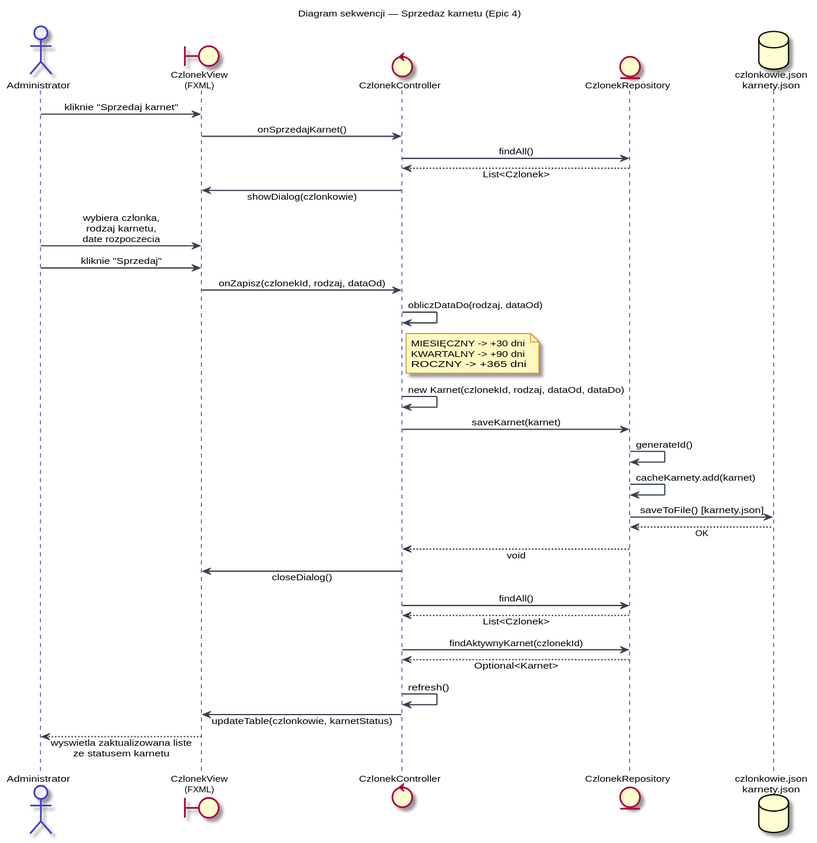
Before: docs/SD_SprzedajKarnet.svg, a diagram exported from PlantUML (SliceOf314159/salFit). The source it was exported from:
```plantuml
@startuml SD_SprzedajKarnet
title Diagram sekwencji — Sprzedaz karnetu (Epic 4)

skinparam defaultFontName Arial
skinparam defaultFontSize 11
skinparam sequenceMessageAlign center
skinparam responseMessageBelowArrow true

skinparam participant {
  BackgroundColor #EEF2FF
  BorderColor #4338CA
  FontColor #1a1f3c
}
skinparam actor {
  BackgroundColor #EEF2FF
  BorderColor #4338CA
}
skinparam sequence {
  ArrowColor #374151
  ArrowThickness 1.5
  LifeLineBorderColor #4338CA
  LifeLineBackgroundColor #E0E7FF
  DividerBackgroundColor #F0FDF4
  DividerBorderColor #16A34A
}
skinparam note {
  BackgroundColor #FEF9C3
  BorderColor #CA8A04
}

actor Administrator
boundary "CzlonekView\n(FXML)" as View
control "CzlonekController" as Controller
entity "CzlonekRepository" as Repo
database "czlonkowie.json\nkarnety.json" as File

Administrator -> View       : kliknie "Sprzedaj karnet"
View          -> Controller : onSprzedajKarnet()
Controller    -> Repo       : findAll()
Repo          --> Controller : List<Czlonek>
Controller    -> View       : showDialog(czlonkowie)

Administrator -> View       : wybiera czlonka,\nrodzaj karnetu,\ndate rozpoczecia
Administrator -> View       : kliknie "Sprzedaj"
View          -> Controller : onZapisz(czlonekId, rodzaj, dataOd)

Controller    -> Controller : obliczDataDo(rodzaj, dataOd)

note right of Controller
  MIESIĘCZNY  -> +30 dni
  KWARTALNY   -> +90 dni
  ROCZNY      -> +365 dni
end note

Controller    -> Controller : new Karnet(czlonekId, rodzaj, dataOd, dataDo)
Controller    -> Repo       : saveKarnet(karnet)
Repo          -> Repo       : generateId()
Repo          -> Repo       : cacheKarnety.add(karnet)
Repo          -> File       : saveToFile() [karnety.json]
File          --> Repo      : OK
Repo          --> Controller : void
Controller    -> View       : closeDialog()
Controller    -> Repo       : findAll()
Repo          --> Controller : List<Czlonek>
Controller    -> Repo       : findAktywnyKarnet(czlonekId)
Repo          --> Controller : Optional<Karnet>
Controller    -> Controller  : refresh()
Controller    -> View        : updateTable(czlonkowie, karnetStatus)
View          --> Administrator : wyswietla zaktualizowana liste\nze statusem karnetu

@enduml
```
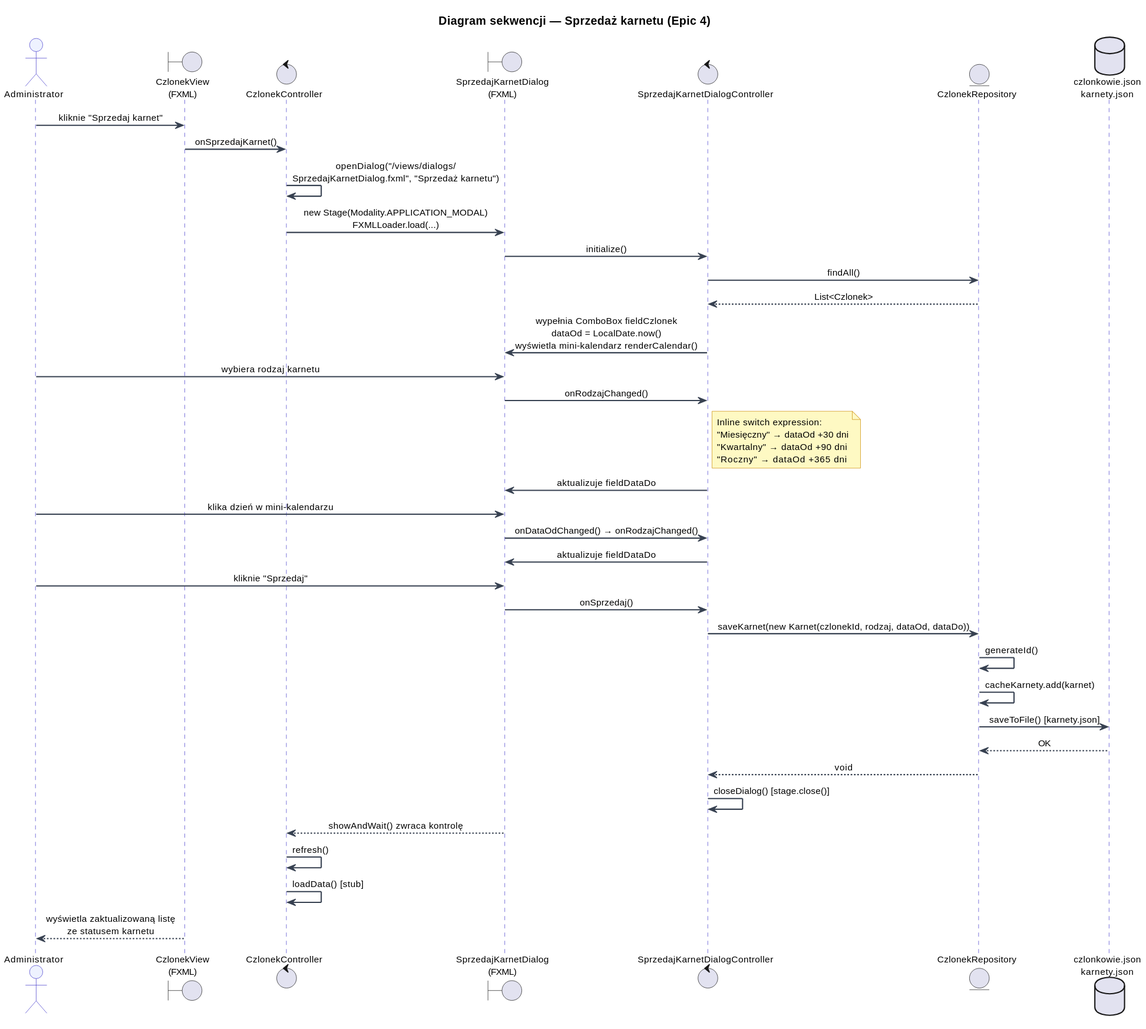
The same file after the commit.

Change to the diagram source:
```diff
@@ -1,5 +1,5 @@
-@startuml SD_SprzedajKarnet
-title Diagram sekwencji — Sprzedaz karnetu (Epic 4)
+@startuml
+title Diagram sekwencji — Sprzedaż karnetu (Epic 4)
 
 skinparam defaultFontName Arial
 skinparam defaultFontSize 11
@@ -31,41 +31,50 @@
 actor Administrator
 boundary "CzlonekView\n(FXML)" as View
 control "CzlonekController" as Controller
+boundary "SprzedajKarnetDialog\n(FXML)" as Dialog
+control "SprzedajKarnetDialogController" as DialogCtrl
 entity "CzlonekRepository" as Repo
 database "czlonkowie.json\nkarnety.json" as File
 
 Administrator -> View       : kliknie "Sprzedaj karnet"
 View          -> Controller : onSprzedajKarnet()
-Controller    -> Repo       : findAll()
-Repo          --> Controller : List<Czlonek>
-Controller    -> View       : showDialog(czlonkowie)
 
-Administrator -> View       : wybiera czlonka,\nrodzaj karnetu,\ndate rozpoczecia
-Administrator -> View       : kliknie "Sprzedaj"
-View          -> Controller : onZapisz(czlonekId, rodzaj, dataOd)
+Controller    -> Controller : openDialog("/views/dialogs/\nSprzedajKarnetDialog.fxml", "Sprzedaż karnetu")
+Controller    -> Dialog     : new Stage(Modality.APPLICATION_MODAL)\nFXMLLoader.load(...)
+Dialog        -> DialogCtrl : initialize()
 
-Controller    -> Controller : obliczDataDo(rodzaj, dataOd)
+DialogCtrl    -> Repo       : findAll()
+Repo          --> DialogCtrl : List<Czlonek>
+DialogCtrl    -> Dialog     : wypełnia ComboBox fieldCzlonek\ndataOd = LocalDate.now()\nwyświetla mini-kalendarz renderCalendar()
 
-note right of Controller
-  MIESIĘCZNY  -> +30 dni
-  KWARTALNY   -> +90 dni
-  ROCZNY      -> +365 dni
+Administrator -> Dialog     : wybiera rodzaj karnetu
+Dialog        -> DialogCtrl : onRodzajChanged()
+
+note right of DialogCtrl
+  Inline switch expression:
+  "Miesięczny" → dataOd +30 dni
+  "Kwartalny"  → dataOd +90 dni
+  "Roczny"     → dataOd +365 dni
 end note
 
-Controller    -> Controller : new Karnet(czlonekId, rodzaj, dataOd, dataDo)
-Controller    -> Repo       : saveKarnet(karnet)
+DialogCtrl    -> Dialog     : aktualizuje fieldDataDo
+
+Administrator -> Dialog     : klika dzień w mini-kalendarzu
+Dialog        -> DialogCtrl : onDataOdChanged() → onRodzajChanged()
+DialogCtrl    -> Dialog     : aktualizuje fieldDataDo
+
+Administrator -> Dialog     : kliknie "Sprzedaj"
+Dialog        -> DialogCtrl : onSprzedaj()
+
+DialogCtrl    -> Repo       : saveKarnet(new Karnet(czlonekId, rodzaj, dataOd, dataDo))
 Repo          -> Repo       : generateId()
 Repo          -> Repo       : cacheKarnety.add(karnet)
 Repo          -> File       : saveToFile() [karnety.json]
 File          --> Repo      : OK
-Repo          --> Controller : void
-Controller    -> View       : closeDialog()
-Controller    -> Repo       : findAll()
-Repo          --> Controller : List<Czlonek>
-Controller    -> Repo       : findAktywnyKarnet(czlonekId)
-Repo          --> Controller : Optional<Karnet>
-Controller    -> Controller  : refresh()
-Controller    -> View        : updateTable(czlonkowie, karnetStatus)
-View          --> Administrator : wyswietla zaktualizowana liste\nze statusem karnetu
-
+Repo          --> DialogCtrl : void
+DialogCtrl    -> DialogCtrl : closeDialog() [stage.close()]
+Dialog        --> Controller : showAndWait() zwraca kontrolę
+Controller    -> Controller : refresh()
+Controller    -> Controller : loadData() [stub]
+View          --> Administrator : wyświetla zaktualizowaną listę\nze statusem karnetu
 @enduml
```
